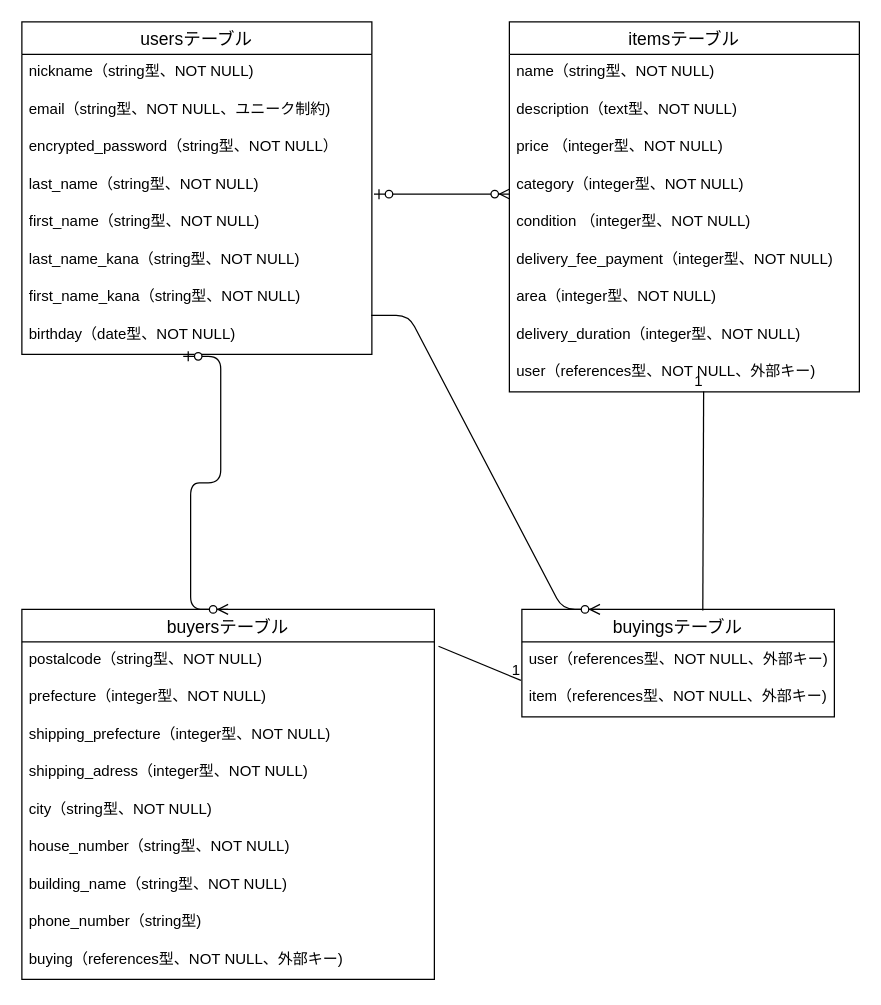
Earlier version of the draw.io diagram furima.dio (t-fukaishi/furima-40017). Source tidied: cells renumbered, new cells numbered last; positions are measured from the earlier drawing's top-left corner, leaving out a move shared by most shapes. Both pictures are drawn from the tidied source at 125%, with x=0, y=0 at pixel (21, 21).
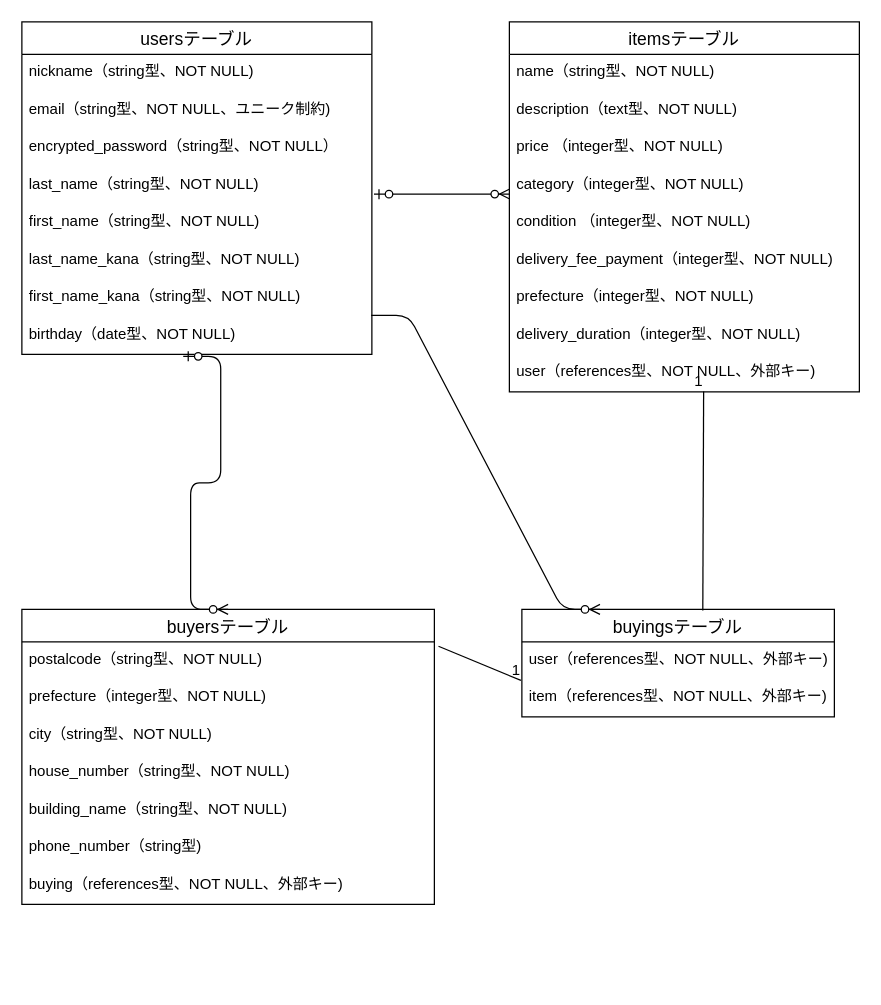
Above is the later version.

The change refers to these unchanged cells:
```xml
<mxCell id="11" value="itemsテーブル" style="swimlane;fontStyle=0;horizontal=1;startSize=26;align=center;fontSize=14;" parent="1" vertex="1">
  <mxGeometry x="390" width="280" height="296" as="geometry" />
</mxCell>
```

What changed in the source:
```diff
@@
-    <mxCell id="18" value="area（integer型、NOT NULL)" style="text;strokeColor=none;fillColor=none;spacingLeft=4;spacingRight=4;overflow=hidden;fontSize=12;" parent="11" vertex="1">
+    <mxCell id="18" value="prefecture（integer型、NOT NULL)" style="text;strokeColor=none;fillColor=none;spacingLeft=4;spacingRight=4;overflow=hidden;fontSize=12;" parent="11" vertex="1">
       <mxGeometry y="206" width="280" height="30" as="geometry" />
     </mxCell>
@@
     <mxCell id="21" value="buyersテーブル" style="swimlane;fontStyle=0;horizontal=1;startSize=26;align=center;fontSize=14;strokeColor=default;fillColor=none;" parent="1" vertex="1">
-      <mxGeometry y="470" width="330" height="296" as="geometry" />
+      <mxGeometry y="470" width="330" height="236" as="geometry" />
     </mxCell>
@@
-    <mxCell id="24" value="shipping_prefecture（integer型、NOT NULL)&#10;" style="text;strokeColor=none;fillColor=none;spacingLeft=4;spacingRight=4;overflow=hidden;fontSize=12;" parent="21" vertex="1">
-      <mxGeometry y="86" width="330" height="30" as="geometry" />
-    </mxCell>
-    <mxCell id="25" value="shipping_adress（integer型、NOT NULL)&#10;" style="text;strokeColor=none;fillColor=none;spacingLeft=4;spacingRight=4;overflow=hidden;fontSize=12;" parent="21" vertex="1">
-      <mxGeometry y="116" width="330" height="30" as="geometry" />
-    </mxCell>
     <mxCell id="26" value="city（string型、NOT NULL)&#10;" style="text;strokeColor=none;fillColor=none;spacingLeft=4;spacingRight=4;overflow=hidden;fontSize=12;" parent="21" vertex="1">
-      <mxGeometry y="146" width="330" height="30" as="geometry" />
+      <mxGeometry y="86" width="330" height="30" as="geometry" />
     </mxCell>
     <mxCell id="27" value="house_number（string型、NOT NULL)&#10;" style="text;strokeColor=none;fillColor=none;spacingLeft=4;spacingRight=4;overflow=hidden;fontSize=12;" parent="21" vertex="1">
-      <mxGeometry y="176" width="330" height="30" as="geometry" />
+      <mxGeometry y="116" width="330" height="30" as="geometry" />
     </mxCell>
     <mxCell id="28" value="building_name（string型、NOT NULL)&#10;" style="text;strokeColor=none;fillColor=none;spacingLeft=4;spacingRight=4;overflow=hidden;fontSize=12;" parent="21" vertex="1">
-      <mxGeometry y="206" width="330" height="30" as="geometry" />
+      <mxGeometry y="146" width="330" height="30" as="geometry" />
     </mxCell>
     <mxCell id="29" value="phone_number（string型)&#10;" style="text;strokeColor=none;fillColor=none;spacingLeft=4;spacingRight=4;overflow=hidden;fontSize=12;" parent="21" vertex="1">
-      <mxGeometry y="236" width="330" height="30" as="geometry" />
+      <mxGeometry y="176" width="330" height="30" as="geometry" />
     </mxCell>
     <mxCell id="30" value="buying（references型、NOT NULL、外部キー)" style="text;strokeColor=none;fillColor=none;spacingLeft=4;spacingRight=4;overflow=hidden;fontSize=12;" parent="21" vertex="1">
-      <mxGeometry y="266" width="330" height="30" as="geometry" />
+      <mxGeometry y="206" width="330" height="30" as="geometry" />
     </mxCell>
```
